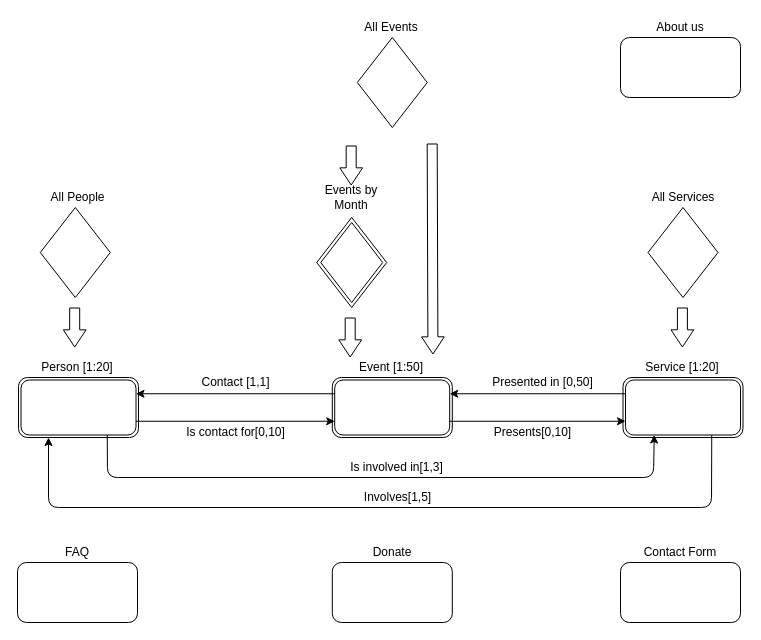
Before: Design-Document/assets/source files/C-IDM.drawio in alepas/hypermidia-project, a draw.io diagram. Source tidied: cells renumbered, new cells numbered last; positions are measured from the earlier drawing's top-left corner, leaving out a move shared by most shapes. Both pictures are drawn from the tidied source at 100%, with x=0, y=0 at pixel (17, 17).
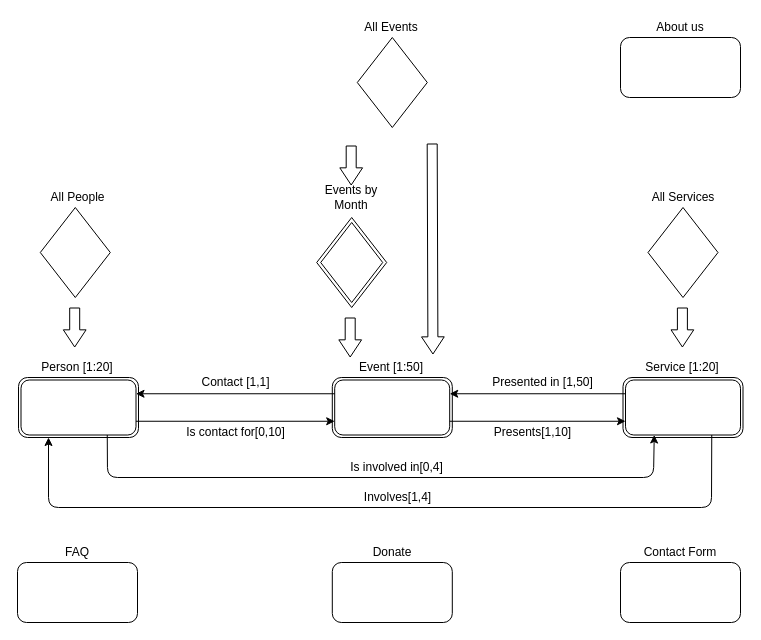
The same page after the edit.

What changed in the source:
```diff
@@
-    <mxCell id="27" value="Presents[0,10]" style="text;html=1;align=center;verticalAlign=middle;" parent="1" vertex="1">
+    <mxCell id="27" value="Presents[1,10]" style="text;html=1;align=center;verticalAlign=middle;" parent="1" vertex="1">
       <mxGeometry x="470" y="405" width="90" height="20" as="geometry" />
     </mxCell>
@@
-    <mxCell id="29" value="Presented in [0,50]" style="text;html=1;align=center;verticalAlign=middle;" parent="1" vertex="1">
+    <mxCell id="29" value="Presented in [1,50]" style="text;html=1;align=center;verticalAlign=middle;" parent="1" vertex="1">
       <mxGeometry x="465" y="355" width="120" height="20" as="geometry" />
     </mxCell>
@@
-    <mxCell id="33" value="Is involved in[1,3]" style="text;html=1;align=center;verticalAlign=middle;" parent="1" vertex="1">
+    <mxCell id="33" value="Is involved in[0,4]" style="text;html=1;align=center;verticalAlign=middle;" parent="1" vertex="1">
       <mxGeometry x="323.8" y="440" width="110" height="20" as="geometry" />
     </mxCell>
@@
-    <mxCell id="35" value="Involves[1,5]" style="text;html=1;align=center;verticalAlign=middle;" parent="1" vertex="1">
+    <mxCell id="35" value="Involves[1,4]" style="text;html=1;align=center;verticalAlign=middle;" parent="1" vertex="1">
       <mxGeometry x="339.8" y="470" width="80" height="20" as="geometry" />
     </mxCell>
```
